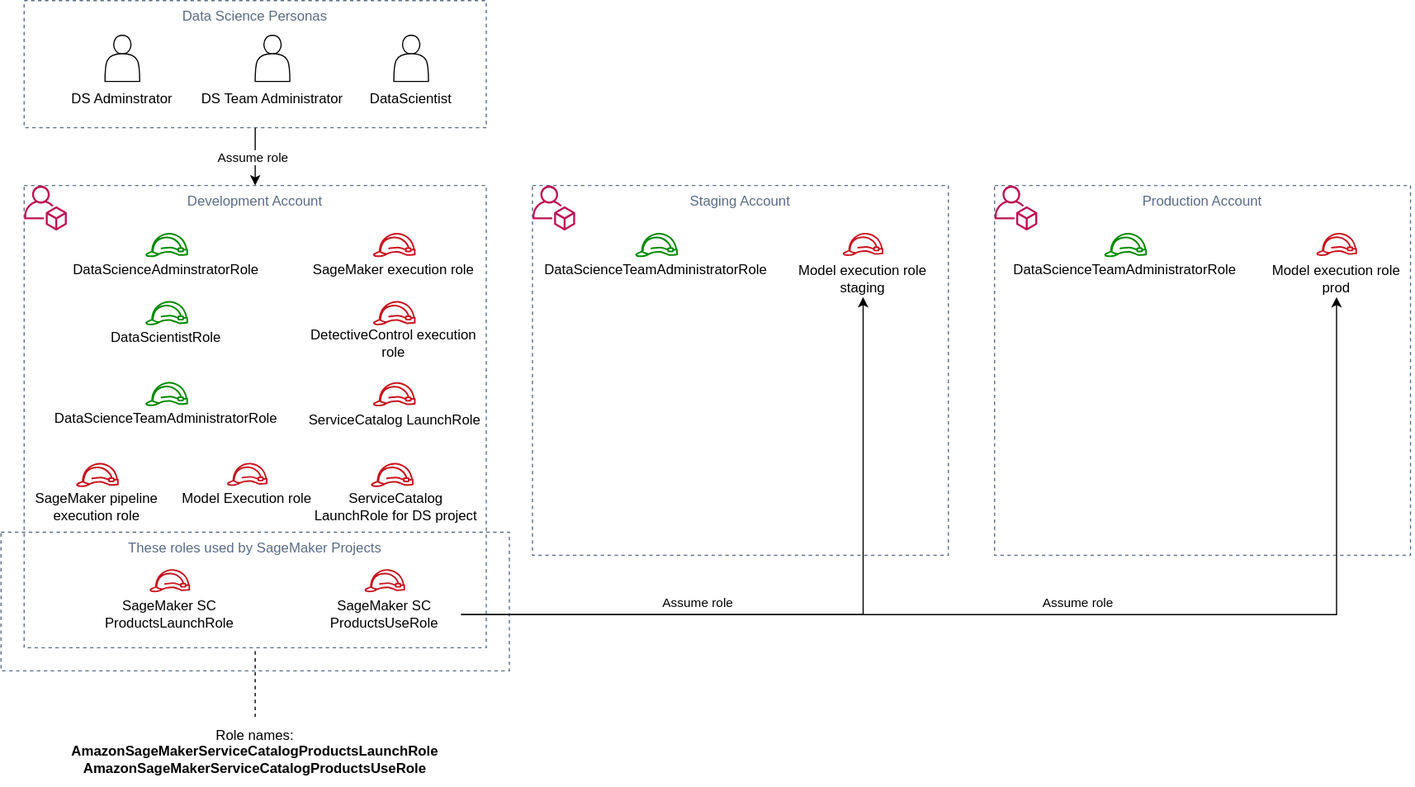
aws-samples/amazon-sagemaker-secure-mlops keeps this draw.io diagram as design/ml-ops-iam.drawio.svg. Above is the earlier version. Source tidied: cells renumbered, new cells last; positions are measured from the earlier drawing's top-left corner, leaving out a move shared by most shapes.
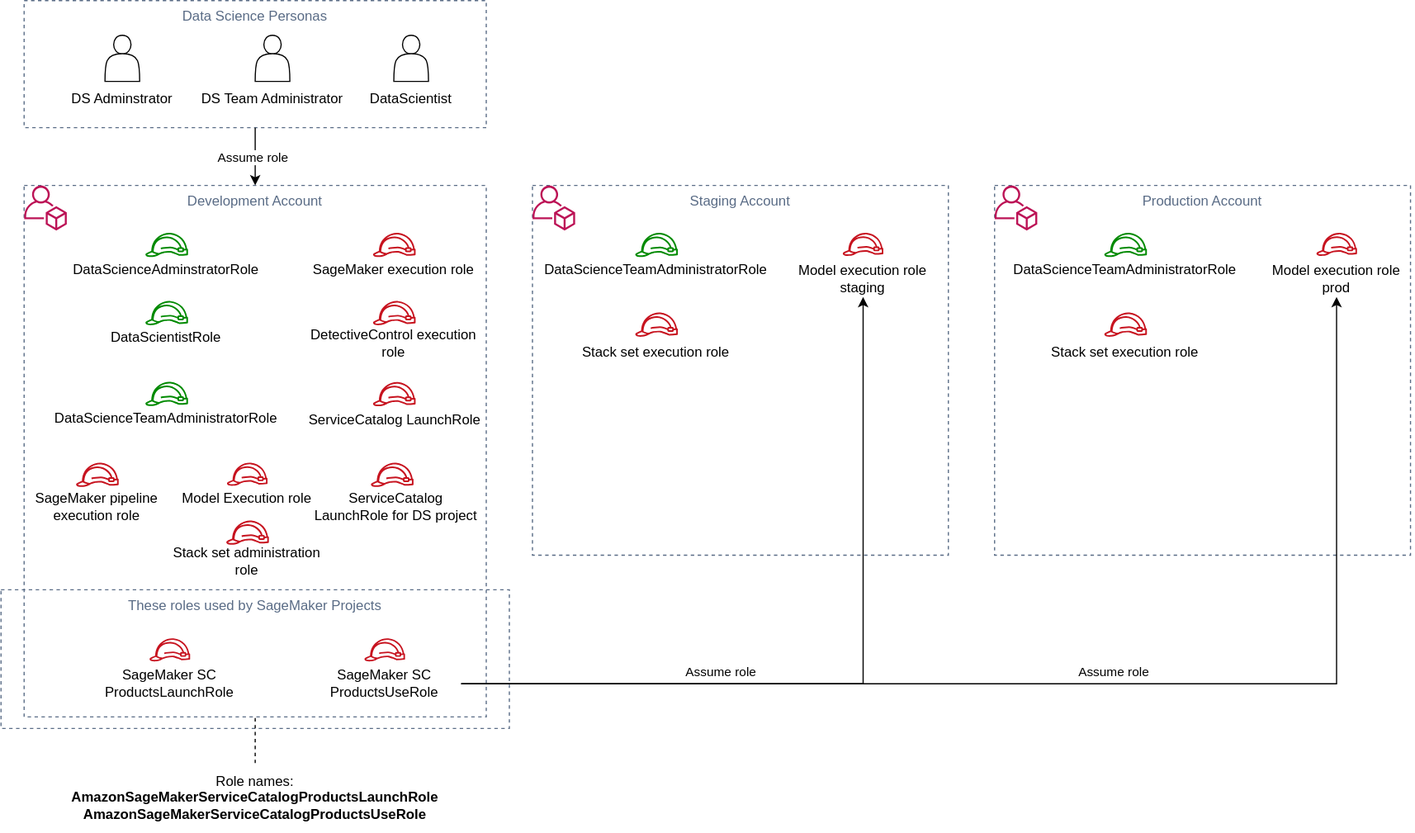
After the commit.

The edit, as a diff of the source:
```diff
@@ -6,10 +6,10 @@
       <mxGeometry x="20" width="400" height="110" as="geometry" />
     </mxCell>
     <mxCell id="3" value="These roles used by SageMaker Projects" style="fillColor=none;strokeColor=#5A6C86;dashed=1;verticalAlign=top;fontStyle=0;fontColor=#5A6C86;" parent="1" vertex="1">
-      <mxGeometry y="460" width="440" height="120" as="geometry" />
+      <mxGeometry y="510" width="440" height="120" as="geometry" />
     </mxCell>
     <mxCell id="4" value="Development Account" style="fillColor=none;strokeColor=#5A6C86;dashed=1;verticalAlign=top;fontStyle=0;fontColor=#5A6C86;" parent="1" vertex="1">
-      <mxGeometry x="20" y="160" width="400" height="400" as="geometry" />
+      <mxGeometry x="20" y="160" width="400" height="460" as="geometry" />
     </mxCell>
     <mxCell id="5" style="group;align=center;" parent="1" vertex="1">
       <mxGeometry x="80" y="201" width="150" height="57.2" as="geometry" />
@@ -159,7 +159,7 @@
       <mxGeometry x="53" width="37.2" height="21" as="geometry" />
     </mxCell>
     <mxCell id="54" style="group;" parent="1" vertex="1">
-      <mxGeometry x="266" y="492" width="132.3" height="54.5" as="geometry" />
+      <mxGeometry x="266" y="552" width="132.3" height="54.5" as="geometry" />
     </mxCell>
     <mxCell id="55" style="fontColor=#232F3E;gradientColor=none;fillColor=#C7131F;strokeColor=none;dashed=0;verticalLabelPosition=bottom;verticalAlign=top;align=center;html=1;fontSize=12;fontStyle=0;shape=mxgraph.aws4.role;" parent="54" vertex="1">
       <mxGeometry x="48.4" width="35.5" height="20" as="geometry" />
@@ -178,7 +178,7 @@
     <mxCell id="59" style="edgeStyle=orthogonalEdgeStyle;rounded=0;jettySize=auto;html=1;" parent="1" edge="1" source="56" target="40">
       <mxGeometry relative="1" as="geometry">
         <Array as="points">
-          <mxPoint x="1156" y="531" />
+          <mxPoint x="1156" y="591" />
         </Array>
       </mxGeometry>
     </mxCell>
@@ -188,7 +188,7 @@
       </mxGeometry>
     </mxCell>
     <mxCell id="61" style="group;" parent="1" vertex="1">
-      <mxGeometry x="80" y="492" width="132.3" height="54.5" as="geometry" />
+      <mxGeometry x="80" y="552" width="132.3" height="54.5" as="geometry" />
     </mxCell>
     <mxCell id="62" style="fontColor=#232F3E;gradientColor=none;fillColor=#C7131F;strokeColor=none;dashed=0;verticalLabelPosition=bottom;verticalAlign=top;align=center;html=1;fontSize=12;fontStyle=0;shape=mxgraph.aws4.role;" parent="61" vertex="1">
       <mxGeometry x="48.4" width="35.5" height="20" as="geometry" />
@@ -200,7 +200,7 @@
       <mxGeometry relative="1" as="geometry" />
     </mxCell>
     <mxCell id="65" value="Role names:&lt;br&gt;&lt;b&gt;AmazonSageMakerServiceCatalogProductsLaunchRole&lt;br&gt;AmazonSageMakerServiceCatalogProductsUseRole&lt;/b&gt;" style="text;html=1;strokeColor=none;fillColor=none;align=center;verticalAlign=middle;whiteSpace=wrap;rounded=0;" parent="1" vertex="1">
-      <mxGeometry x="80" y="620" width="280" height="60" as="geometry" />
+      <mxGeometry x="80" y="660" width="280" height="60" as="geometry" />
     </mxCell>
     <mxCell id="66" style="group;align=center;" parent="1" vertex="1">
       <mxGeometry x="20" y="400" width="150" height="57.2" as="geometry" />
@@ -220,5 +220,32 @@
     <mxCell id="71" value="Model Execution role" style="text;html=1;strokeColor=none;fillColor=none;align=center;verticalAlign=middle;whiteSpace=wrap;rounded=0;" parent="69" vertex="1">
       <mxGeometry y="16" width="132.3" height="30.5" as="geometry" />
     </mxCell>
+    <mxCell id="72" style="group;align=center;" parent="1" vertex="1">
+      <mxGeometry x="150" y="450" width="150" height="57.2" as="geometry" />
+    </mxCell>
+    <mxCell id="73" value="Stack set administration role" style="text;html=1;strokeColor=none;fillColor=none;align=center;verticalAlign=middle;whiteSpace=wrap;rounded=0;" parent="72" vertex="1">
+      <mxGeometry x="-11.6" y="19" width="150" height="31.2" as="geometry" />
+    </mxCell>
+    <mxCell id="74" style="fontColor=#232F3E;gradientColor=none;fillColor=#C7131F;strokeColor=none;dashed=0;verticalLabelPosition=bottom;verticalAlign=top;align=center;html=1;fontSize=12;fontStyle=0;shape=mxgraph.aws4.role;" parent="72" vertex="1">
+      <mxGeometry x="44.8" width="37.2" height="21" as="geometry" />
+    </mxCell>
+    <mxCell id="75" style="group;align=center;" parent="1" vertex="1">
+      <mxGeometry x="504" y="270" width="150" height="57.2" as="geometry" />
+    </mxCell>
+    <mxCell id="76" value="Stack set execution role" style="text;html=1;strokeColor=none;fillColor=none;align=center;verticalAlign=middle;whiteSpace=wrap;rounded=0;" parent="75" vertex="1">
+      <mxGeometry x="-11.6" y="19" width="150" height="31.2" as="geometry" />
+    </mxCell>
+    <mxCell id="77" style="fontColor=#232F3E;gradientColor=none;fillColor=#C7131F;strokeColor=none;dashed=0;verticalLabelPosition=bottom;verticalAlign=top;align=center;html=1;fontSize=12;fontStyle=0;shape=mxgraph.aws4.role;" parent="75" vertex="1">
+      <mxGeometry x="44.8" width="37.2" height="21" as="geometry" />
+    </mxCell>
+    <mxCell id="78" style="group;align=center;" parent="1" vertex="1">
+      <mxGeometry x="910" y="270" width="150" height="57.2" as="geometry" />
+    </mxCell>
+    <mxCell id="79" value="Stack set execution role" style="text;html=1;strokeColor=none;fillColor=none;align=center;verticalAlign=middle;whiteSpace=wrap;rounded=0;" parent="78" vertex="1">
+      <mxGeometry x="-11.6" y="19" width="150" height="31.2" as="geometry" />
+    </mxCell>
+    <mxCell id="80" style="fontColor=#232F3E;gradientColor=none;fillColor=#C7131F;strokeColor=none;dashed=0;verticalLabelPosition=bottom;verticalAlign=top;align=center;html=1;fontSize=12;fontStyle=0;shape=mxgraph.aws4.role;" parent="78" vertex="1">
+      <mxGeometry x="44.8" width="37.2" height="21" as="geometry" />
+    </mxCell>
   </root>
 </mxGraphModel>
```
